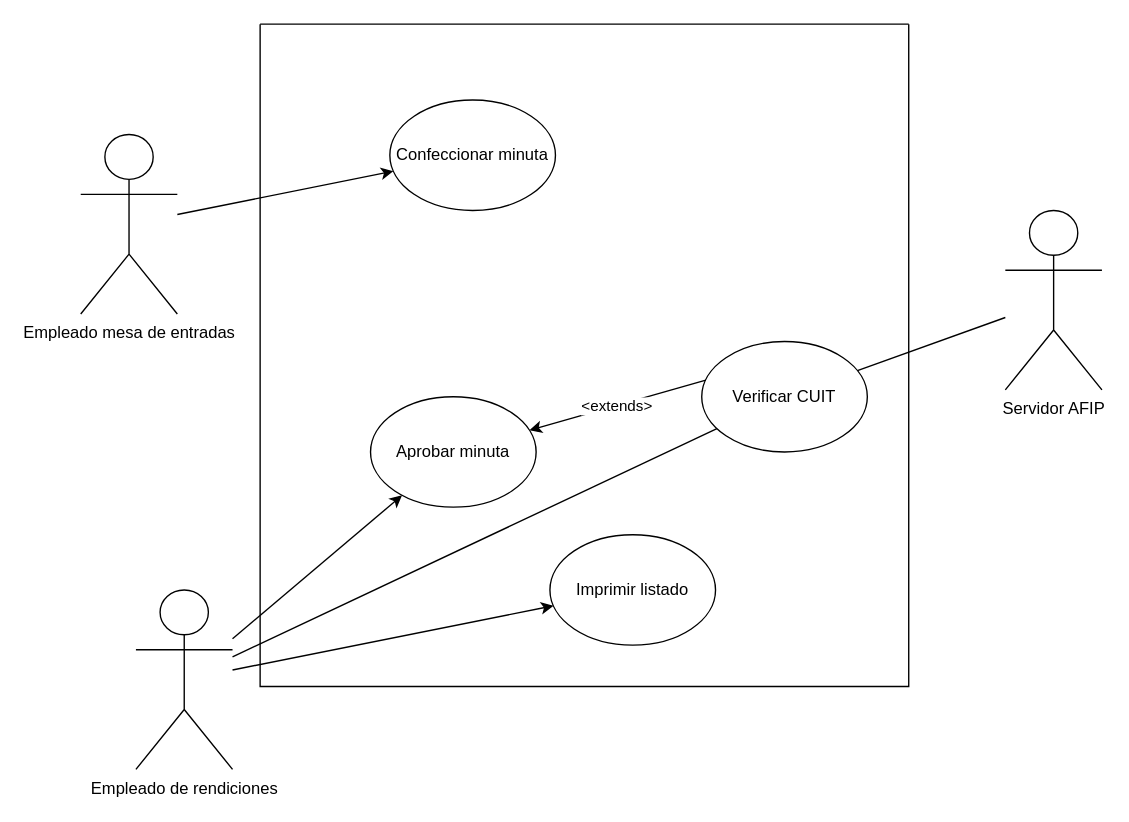
Before: Practicas/Práctica 3/Contratos/tp3_3.drawio in ssofiaavila/Ingenieria-de-software-1-Informatica--UNLP, a draw.io diagram. Source tidied: cells renumbered, new cells numbered last; positions are measured from the earlier drawing's top-left corner, leaving out a move shared by most shapes. Both pictures are drawn from the tidied source at 138%, with x=0, y=0 at pixel (80, 23).
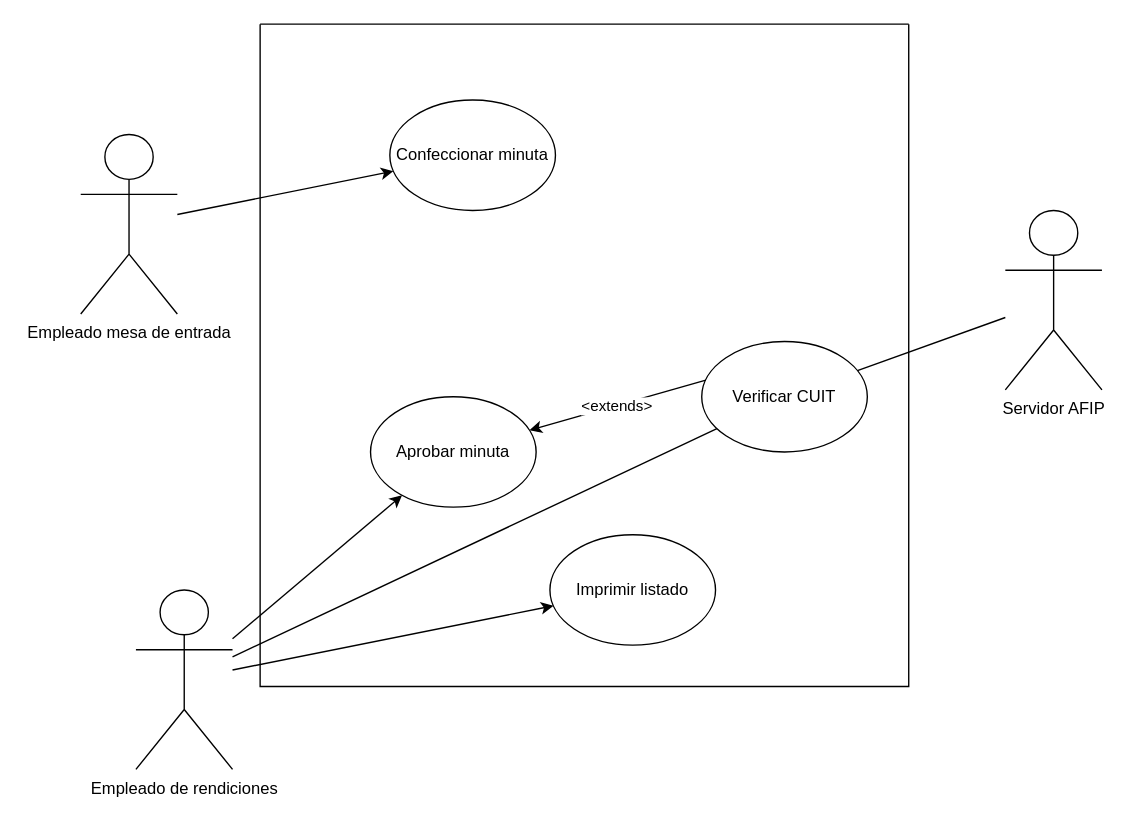
The same diagram, later.

The edit, as a diff of the source:
```diff
@@
 <mxGraphModel>
   <root>
     <mxCell id="0" />
     <mxCell id="1" parent="0" />
     <mxCell id="2" style="swimlane;startSize=0;" parent="1" vertex="1">
       <mxGeometry x="130" width="470" height="480" as="geometry" />
     </mxCell>
     <mxCell id="3" value="Confeccionar minuta" style="ellipse;whiteSpace=wrap;html=1;" parent="2" vertex="1">
       <mxGeometry x="94" y="55" width="120" height="80" as="geometry" />
     </mxCell>
     <mxCell id="4" value="Aprobar minuta" style="ellipse;whiteSpace=wrap;html=1;" parent="2" vertex="1">
       <mxGeometry x="80" y="270" width="120" height="80" as="geometry" />
     </mxCell>
     <mxCell id="5" value="Imprimir listado" style="ellipse;whiteSpace=wrap;html=1;" parent="2" vertex="1">
       <mxGeometry x="210" y="370" width="120" height="80" as="geometry" />
     </mxCell>
     <mxCell id="6" value="Verificar CUIT" style="ellipse;whiteSpace=wrap;html=1;" parent="2" vertex="1">
       <mxGeometry x="320" y="230" width="120" height="80" as="geometry" />
     </mxCell>
     <mxCell id="7" style="endArrow=classic;html=1;rounded=0;exitX=0.025;exitY=0.35;exitDx=0;exitDy=0;exitPerimeter=0;" parent="2" edge="1" source="6" target="4">
       <mxGeometry relative="1" as="geometry" />
     </mxCell>
     <mxCell id="8" value="&amp;lt;extends&amp;gt;&amp;nbsp;" style="edgeLabel;html=1;align=center;verticalAlign=middle;" parent="7" vertex="1">
       <mxGeometry relative="1" as="geometry" />
     </mxCell>
-    <mxCell id="9" value="Empleado mesa de entradas&lt;br&gt;" style="shape=umlActor;verticalLabelPosition=bottom;verticalAlign=top;html=1;outlineConnect=0;" parent="1" vertex="1">
+    <mxCell id="9" value="Empleado mesa de entrada" style="shape=umlActor;verticalLabelPosition=bottom;verticalAlign=top;html=1;outlineConnect=0;" parent="1" vertex="1">
       <mxGeometry y="80" width="70" height="130" as="geometry" />
     </mxCell>
     <mxCell id="10" value="Empleado de rendiciones" style="shape=umlActor;verticalLabelPosition=bottom;verticalAlign=top;html=1;outlineConnect=0;" parent="1" vertex="1">
       <mxGeometry x="40" y="410" width="70" height="130" as="geometry" />
     </mxCell>
     <mxCell id="11" value="Servidor AFIP" style="shape=umlActor;verticalLabelPosition=bottom;verticalAlign=top;html=1;outlineConnect=0;" parent="1" vertex="1">
       <mxGeometry x="670" y="135" width="70" height="130" as="geometry" />
     </mxCell>
     <mxCell id="12" style="endArrow=classic;html=1;rounded=0;" parent="1" edge="1" source="9" target="3">
       <mxGeometry relative="1" as="geometry" />
     </mxCell>
     <mxCell id="13" style="endArrow=classic;html=1;rounded=0;" parent="1" edge="1" source="10" target="4">
       <mxGeometry relative="1" as="geometry" />
     </mxCell>
     <mxCell id="14" style="endArrow=classic;html=1;rounded=0;" parent="1" edge="1" source="10" target="5">
       <mxGeometry relative="1" as="geometry" />
     </mxCell>
     <mxCell id="15" style="endArrow=none;html=1;rounded=0;" parent="1" edge="1" source="10" target="6">
       <mxGeometry relative="1" as="geometry" />
     </mxCell>
     <mxCell id="16" style="endArrow=none;html=1;rounded=0;" parent="1" edge="1" source="11" target="6">
       <mxGeometry relative="1" as="geometry" />
     </mxCell>
   </root>
 </mxGraphModel>
```
